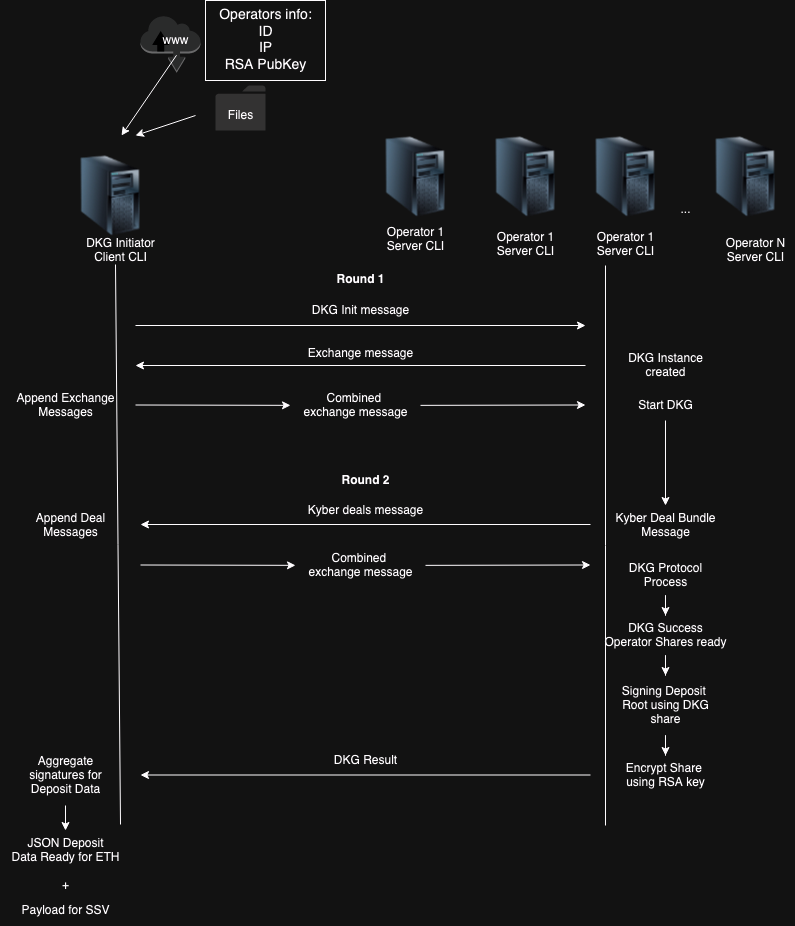
This is imgs/DKGinit.drawio.png from ssvlabs/ssv-dkg, a draw.io export, as it was before one commit. Source tidied: cells renumbered, new cells last; positions are measured from the earlier drawing's top-left corner, leaving out a move shared by most shapes.
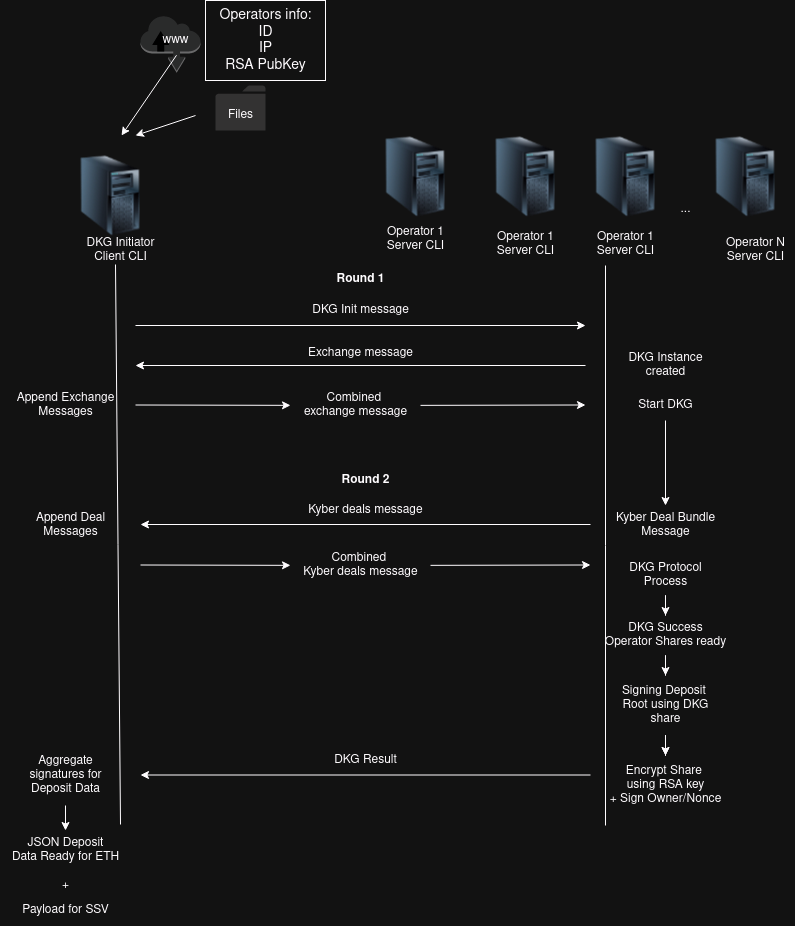
After the change.

Commit message:
update owner + nonce sig

What changed in the source:
```diff
@@ -141,8 +141,8 @@
         <mxPoint x="140" y="564.5" as="sourcePoint" />
       </mxGeometry>
     </mxCell>
-    <mxCell id="39" value="&lt;div&gt;Combined&amp;nbsp;&lt;/div&gt;&lt;div&gt;exchange message&lt;/div&gt;" style="text;html=1;align=center;verticalAlign=middle;points=[];strokeColor=none;fillColor=none;" parent="1" vertex="1">
-      <mxGeometry x="295" y="545" width="130" height="40" as="geometry" />
+    <mxCell id="39" value="&lt;div&gt;Combined&amp;nbsp;&lt;/div&gt;&lt;div&gt;Kyber deals message&lt;/div&gt;" style="text;html=1;align=center;verticalAlign=middle;points=[];strokeColor=none;fillColor=none;" parent="1" vertex="1">
+      <mxGeometry x="290" y="545" width="140" height="40" as="geometry" />
     </mxCell>
     <mxCell id="40" value="&lt;div&gt;Round 1 &lt;br&gt;&lt;/div&gt;" style="text;html=1;align=center;verticalAlign=middle;strokeColor=none;fillColor=none;fontStyle=1;" parent="1" vertex="1">
       <mxGeometry x="325" y="264" width="70" height="30" as="geometry" />
@@ -177,14 +177,17 @@
     <mxCell id="49" style="edgeStyle=orthogonalEdgeStyle;rounded=0;jettySize=auto;html=1;" parent="1" edge="1" source="50" target="52">
       <mxGeometry relative="1" as="geometry" />
     </mxCell>
+    <mxCell id="56" style="edgeStyle=orthogonalEdgeStyle;rounded=0;jettySize=auto;html=1;" parent="1" edge="1" source="50" target="52">
+      <mxGeometry relative="1" as="geometry" />
+    </mxCell>
     <mxCell id="50" value="&lt;div&gt;Signing Deposit&amp;nbsp;&lt;/div&gt;&lt;div&gt;Root using DKG&lt;/div&gt;&lt;div&gt;share&lt;br&gt;&lt;/div&gt;" style="text;html=1;align=center;verticalAlign=middle;points=[];strokeColor=none;fillColor=none;" parent="1" vertex="1">
       <mxGeometry x="610" y="675" width="110" height="60" as="geometry" />
     </mxCell>
     <mxCell id="51" value="Payload for SSV" style="text;html=1;align=center;verticalAlign=middle;strokeColor=none;fillColor=none;" parent="1" vertex="1">
       <mxGeometry x="10" y="895" width="110" height="30" as="geometry" />
     </mxCell>
-    <mxCell id="52" value="&lt;div&gt;Encrypt Share&amp;nbsp;&lt;/div&gt;&lt;div&gt;using RSA key&lt;br&gt;&lt;/div&gt;" style="text;html=1;align=center;verticalAlign=middle;points=[];strokeColor=none;fillColor=none;" parent="1" vertex="1">
-      <mxGeometry x="615" y="755" width="100" height="40" as="geometry" />
+    <mxCell id="52" value="&lt;div&gt;Encrypt Share&amp;nbsp;&lt;/div&gt;&lt;div&gt;using RSA key&lt;/div&gt;&lt;div&gt;+ Sign Owner/Nonce&lt;br&gt;&lt;/div&gt;" style="text;html=1;align=center;verticalAlign=middle;points=[];strokeColor=none;fillColor=none;" parent="1" vertex="1">
+      <mxGeometry x="595" y="755" width="140" height="60" as="geometry" />
     </mxCell>
     <mxCell id="53" style="edgeStyle=orthogonalEdgeStyle;rounded=0;jettySize=auto;html=1;" parent="1" edge="1" source="54" target="48">
       <mxGeometry relative="1" as="geometry" />
```
